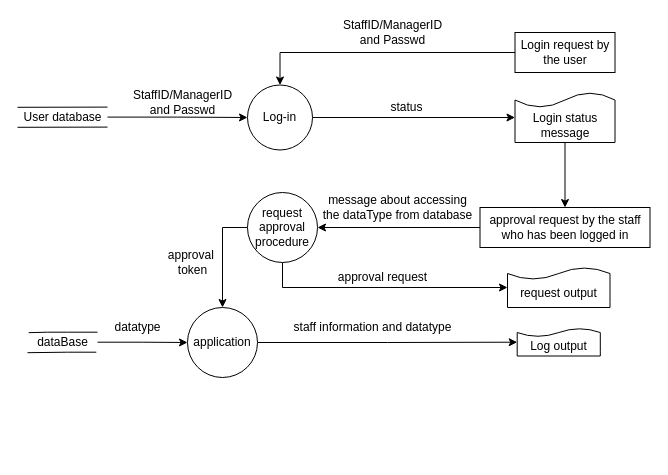
1067147135/draw keeps this draw.io diagram as fig2.drawio. Above is the earlier version. Source tidied: cells renumbered, new cells numbered last; positions are measured from the earlier drawing's top-left corner, leaving out a move shared by most shapes. Both pictures are drawn from the tidied source at 100%, with x=0, y=0 at pixel (17, 17).
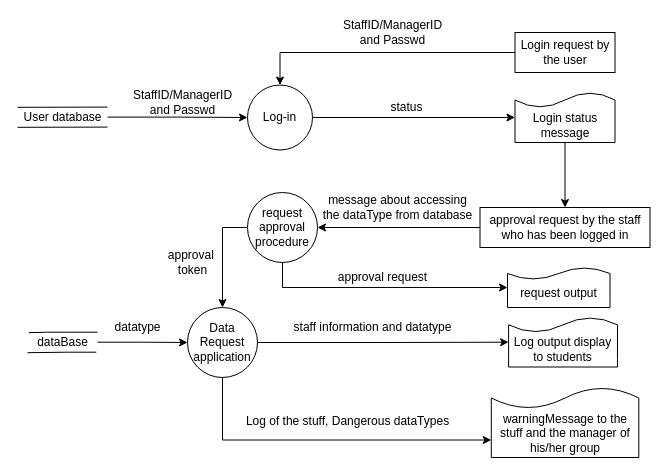
Above is the later version.

The edit, as a diff of the source:
```diff
@@
+    <mxCell id="22" value="approval request" style="text;html=1;align=center;verticalAlign=middle;strokeColor=none;fillColor=none;" parent="1" vertex="1">
+      <mxGeometry x="310" y="250" width="110" height="20" as="geometry" />
+    </mxCell>
@@
-    <mxCell id="22" value="approval request" style="text;html=1;align=center;verticalAlign=middle;strokeColor=none;fillColor=none;" parent="1" vertex="1">
-      <mxGeometry x="310" y="250" width="110" height="20" as="geometry" />
-    </mxCell>
@@
+    <mxCell id="33" style="edgeStyle=orthogonalEdgeStyle;rounded=0;jettySize=auto;html=1;exitX=0.5;exitY=1;exitDx=0;exitDy=0;entryX=1;entryY=0.25;entryDx=0;entryDy=0;" parent="1" edge="1" source="24" target="35">
+      <mxGeometry relative="1" as="geometry" />
+    </mxCell>
-    <mxCell id="24" value="application" style="ellipse;whiteSpace=wrap;html=1;" parent="1" vertex="1">
+    <mxCell id="24" value="Data Request &lt;br&gt;application" style="ellipse;whiteSpace=wrap;html=1;" parent="1" vertex="1">
       <mxGeometry x="170" y="290" width="70" height="70" as="geometry" />
     </mxCell>
@@
-    <mxCell id="31" value="Log output" style="shape=document;whiteSpace=wrap;html=1;boundedLbl=1;direction=west;" parent="1" vertex="1">
-      <mxGeometry x="499.7" y="310.9" width="83.1" height="27.6" as="geometry" />
+    <mxCell id="31" value="Log output display to students" style="shape=document;whiteSpace=wrap;html=1;boundedLbl=1;direction=west;" parent="1" vertex="1">
+      <mxGeometry x="491.1" y="299.9" width="108.9" height="49.6" as="geometry" />
     </mxCell>
     <mxCell id="32" value="staff information and datatype" style="text;html=1;align=center;verticalAlign=middle;strokeColor=none;fillColor=none;" parent="1" vertex="1">
-      <mxGeometry x="270" y="300" width="170" height="20" as="geometry" />
+      <mxGeometry x="270" y="299.9" width="170" height="20" as="geometry" />
     </mxCell>
+    <mxCell id="34" value="Log of the stuff, Dangerous dataTypes" style="text;html=1;align=center;verticalAlign=middle;strokeColor=none;fillColor=none;" parent="1" vertex="1">
+      <mxGeometry x="220" y="394" width="220" height="20" as="geometry" />
+    </mxCell>
+    <mxCell id="35" value="warningMessage to the stuff and the manager of his/her group" style="shape=document;whiteSpace=wrap;html=1;boundedLbl=1;direction=west;" parent="1" vertex="1">
+      <mxGeometry x="473.8" y="370" width="147.5" height="70" as="geometry" />
+    </mxCell>
```
